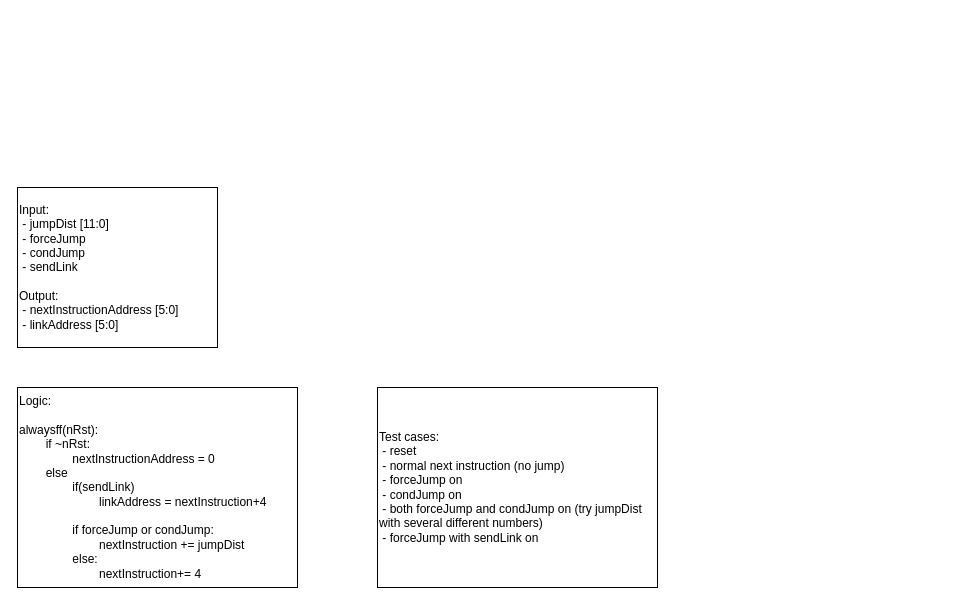
limichael246/STARS_2024 keeps this draw.io diagram as PC_rtl.drawio. Above is the earlier version. Source tidied: cells renumbered, new cells numbered last; positions are measured from the earlier drawing's top-left corner, leaving out a move shared by most shapes. Both pictures are drawn from the tidied source at 100%, with x=0, y=0 at pixel (17, 187).
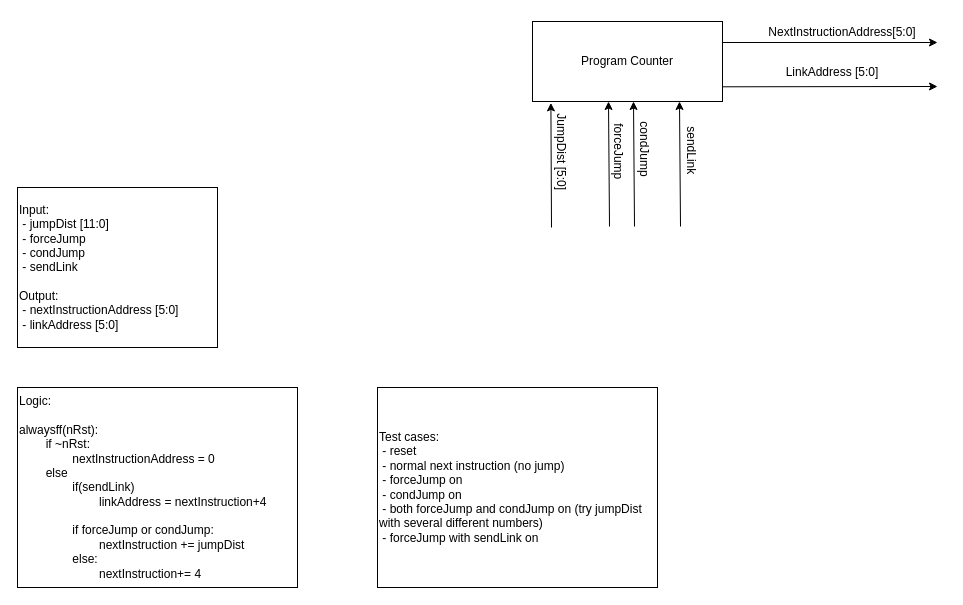
The same diagram, later.

What changed in the source:
```diff
@@
+    <mxCell id="5" value="Program Counter" style="rounded=0;whiteSpace=wrap;html=1;" parent="1" vertex="1">
+      <mxGeometry x="515" y="-166" width="190" height="80" as="geometry" />
+    </mxCell>
+    <mxCell id="6" value="NextInstructionAddress[5:0]" style="text;html=1;align=center;verticalAlign=middle;whiteSpace=wrap;rounded=0;" parent="1" vertex="1">
+      <mxGeometry x="795" y="-170" width="60" height="30" as="geometry" />
+    </mxCell>
+    <mxCell id="7" value="JumpDist [5:0]" style="text;html=1;align=center;verticalAlign=middle;whiteSpace=wrap;rounded=0;rotation=90;" parent="1" vertex="1">
+      <mxGeometry x="504.8" y="-50.8" width="78.5" height="30" as="geometry" />
+    </mxCell>
+    <mxCell id="8" value="condJump" style="text;html=1;align=center;verticalAlign=middle;whiteSpace=wrap;rounded=0;rotation=90;" parent="1" vertex="1">
+      <mxGeometry x="597" y="-53" width="60" height="30" as="geometry" />
+    </mxCell>
+    <mxCell id="9" value="forceJump" style="text;html=1;align=center;verticalAlign=middle;whiteSpace=wrap;rounded=0;rotation=90;" parent="1" vertex="1">
+      <mxGeometry x="561.2" y="-50.8" width="78.5" height="30" as="geometry" />
+    </mxCell>
+    <mxCell id="10" value="sendLink" style="text;html=1;align=center;verticalAlign=middle;whiteSpace=wrap;rounded=0;rotation=90;" parent="1" vertex="1">
+      <mxGeometry x="634.2" y="-51.8" width="78.5" height="30" as="geometry" />
+    </mxCell>
+    <mxCell id="11" value="LinkAddress [5:0]" style="text;html=1;align=center;verticalAlign=middle;whiteSpace=wrap;rounded=0;rotation=0;" parent="1" vertex="1">
+      <mxGeometry x="760" y="-130" width="110.1" height="30" as="geometry" />
+    </mxCell>
+    <mxCell id="12" style="endArrow=classic;html=1;rounded=0;exitX=0;exitY=0.5;exitDx=0;exitDy=0;" parent="1" edge="1">
+      <mxGeometry relative="1" as="geometry">
+        <mxPoint x="705" y="-145" as="sourcePoint" />
+        <mxPoint x="920" y="-145" as="targetPoint" />
+      </mxGeometry>
+    </mxCell>
+    <mxCell id="13" style="endArrow=classic;html=1;rounded=0;exitX=0.04;exitY=1.006;exitDx=0;exitDy=0;exitPerimeter=0;" parent="1" edge="1">
+      <mxGeometry relative="1" as="geometry">
+        <mxPoint x="705" y="-100.7" as="sourcePoint" />
+        <mxPoint x="920" y="-101" as="targetPoint" />
+      </mxGeometry>
+    </mxCell>
+    <mxCell id="14" style="endArrow=classic;html=1;rounded=0;entryX=0.444;entryY=1.017;entryDx=0;entryDy=0;entryPerimeter=0;" parent="1" edge="1">
+      <mxGeometry relative="1" as="geometry">
+        <mxPoint x="534" y="40" as="sourcePoint" />
+        <mxPoint x="533.4" y="-84.6" as="targetPoint" />
+      </mxGeometry>
+    </mxCell>
+    <mxCell id="15" style="endArrow=classic;html=1;rounded=0;entryX=0.444;entryY=1.017;entryDx=0;entryDy=0;entryPerimeter=0;" parent="1" edge="1">
+      <mxGeometry relative="1" as="geometry">
+        <mxPoint x="592" y="39" as="sourcePoint" />
+        <mxPoint x="591" y="-86" as="targetPoint" />
+      </mxGeometry>
+    </mxCell>
+    <mxCell id="16" style="endArrow=classic;html=1;rounded=0;entryX=0.444;entryY=1.017;entryDx=0;entryDy=0;entryPerimeter=0;" parent="1" edge="1">
+      <mxGeometry relative="1" as="geometry">
+        <mxPoint x="617" y="39" as="sourcePoint" />
+        <mxPoint x="616" y="-86" as="targetPoint" />
+      </mxGeometry>
+    </mxCell>
+    <mxCell id="17" style="endArrow=classic;html=1;rounded=0;entryX=0.444;entryY=1.017;entryDx=0;entryDy=0;entryPerimeter=0;" parent="1" edge="1">
+      <mxGeometry relative="1" as="geometry">
+        <mxPoint x="663" y="39" as="sourcePoint" />
+        <mxPoint x="662" y="-86" as="targetPoint" />
+      </mxGeometry>
+    </mxCell>
```
